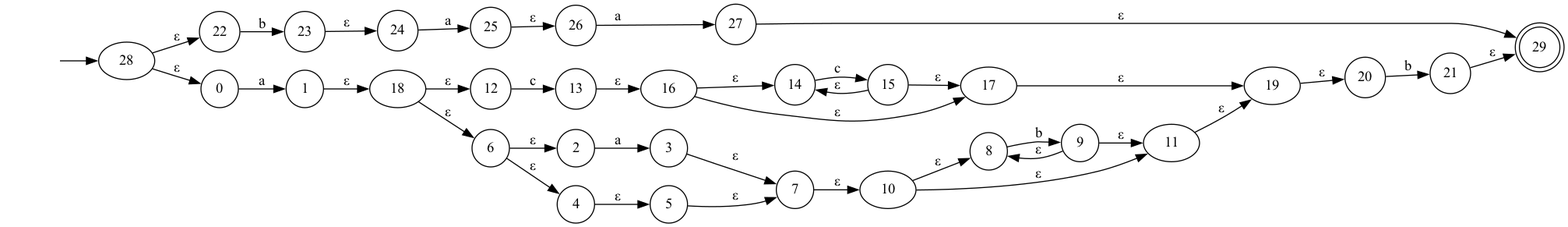
Earlier version of the Graphviz export NFA.gv.png (oscarparedez/compiler-project-1). Its source is kept beside it as NFA.gv.
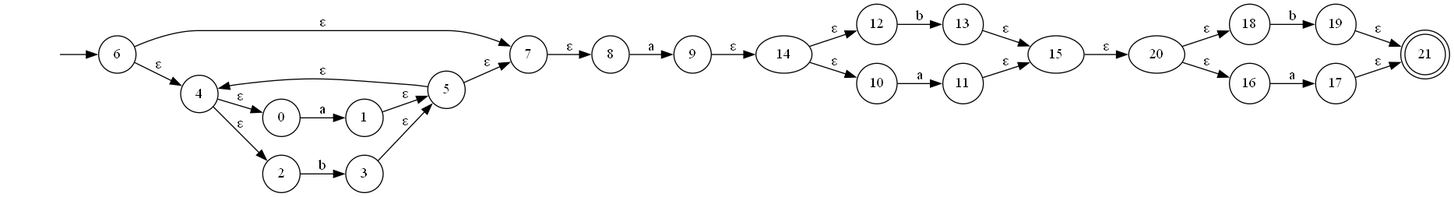
The same file after the commit.

The edit, as a diff of the source:
```diff
@@ -1,64 +1,50 @@
 digraph NFA {
 	graph [rankdir=LR]
 	"" [label="" shape=plaintext]
-	29 [label=29 shape=doublecircle]
-	25 [label=25 shape=circle]
-	27 [label=27 shape=circle]
+	21 [label=21 shape=doublecircle]
+	6 [label=6 shape=circle]
+	9 [label=9 shape=circle]
+	7 [label=7 shape=circle]
+	18 [label=18 shape=circle]
+	16 [label=16 shape=circle]
 	1 [label=1 shape=circle]
-	12 [label=12 shape=circle]
-	15 [label=15 shape=circle]
-	14 [label=14 shape=circle]
-	23 [label=23 shape=circle]
-	22 [label=22 shape=circle]
-	6 [label=6 shape=circle]
-	2 [label=2 shape=circle]
-	7 [label=7 shape=circle]
-	4 [label=4 shape=circle]
-	21 [label=21 shape=circle]
-	24 [label=24 shape=circle]
-	5 [label=5 shape=circle]
-	26 [label=26 shape=circle]
-	13 [label=13 shape=circle]
-	8 [label=8 shape=circle]
-	9 [label=9 shape=circle]
-	20 [label=20 shape=circle]
 	0 [label=0 shape=circle]
 	3 [label=3 shape=circle]
-	"" -> 28 [label=""]
-	28 -> 0 [label="ε"]
-	28 -> 22 [label="ε"]
-	21 -> 29 [label="ε"]
-	27 -> 29 [label="ε"]
-	19 -> 20 [label="ε"]
-	1 -> 18 [label="ε"]
+	13 [label=13 shape=circle]
+	19 [label=19 shape=circle]
+	12 [label=12 shape=circle]
+	11 [label=11 shape=circle]
+	10 [label=10 shape=circle]
+	2 [label=2 shape=circle]
+	17 [label=17 shape=circle]
+	5 [label=5 shape=circle]
+	8 [label=8 shape=circle]
+	4 [label=4 shape=circle]
+	"" -> 6 [label=""]
+	15 -> 20 [label="ε"]
+	9 -> 14 [label="ε"]
+	7 -> 8 [label="ε"]
+	6 -> 7 [label="ε"]
+	6 -> 4 [label="ε"]
+	5 -> 7 [label="ε"]
+	5 -> 4 [label="ε"]
+	4 -> 2 [label="ε"]
+	4 -> 0 [label="ε"]
+	1 -> 5 [label="ε"]
+	3 -> 5 [label="ε"]
 	0 -> 1 [label=a]
-	18 -> 6 [label="ε"]
-	18 -> 12 [label="ε"]
-	11 -> 19 [label="ε"]
-	17 -> 19 [label="ε"]
-	7 -> 10 [label="ε"]
-	6 -> 4 [label="ε"]
-	6 -> 2 [label="ε"]
-	3 -> 7 [label="ε"]
-	5 -> 7 [label="ε"]
-	2 -> 3 [label=a]
-	4 -> 5 [label="ε"]
-	10 -> 11 [label="ε"]
-	10 -> 8 [label="ε"]
-	9 -> 8 [label="ε"]
-	9 -> 11 [label="ε"]
-	8 -> 9 [label=b]
-	13 -> 16 [label="ε"]
-	12 -> 13 [label=c]
-	16 -> 14 [label="ε"]
-	16 -> 17 [label="ε"]
-	15 -> 14 [label="ε"]
-	15 -> 17 [label="ε"]
-	14 -> 15 [label=c]
-	20 -> 21 [label=b]
-	25 -> 26 [label="ε"]
-	23 -> 24 [label="ε"]
-	22 -> 23 [label=b]
-	24 -> 25 [label=a]
-	26 -> 27 [label=a]
+	2 -> 3 [label=b]
+	8 -> 9 [label=a]
+	14 -> 12 [label="ε"]
+	14 -> 10 [label="ε"]
+	11 -> 15 [label="ε"]
+	13 -> 15 [label="ε"]
+	10 -> 11 [label=a]
+	12 -> 13 [label=b]
+	20 -> 16 [label="ε"]
+	20 -> 18 [label="ε"]
+	17 -> 21 [label="ε"]
+	19 -> 21 [label="ε"]
+	16 -> 17 [label=a]
+	18 -> 19 [label=b]
 }
```
